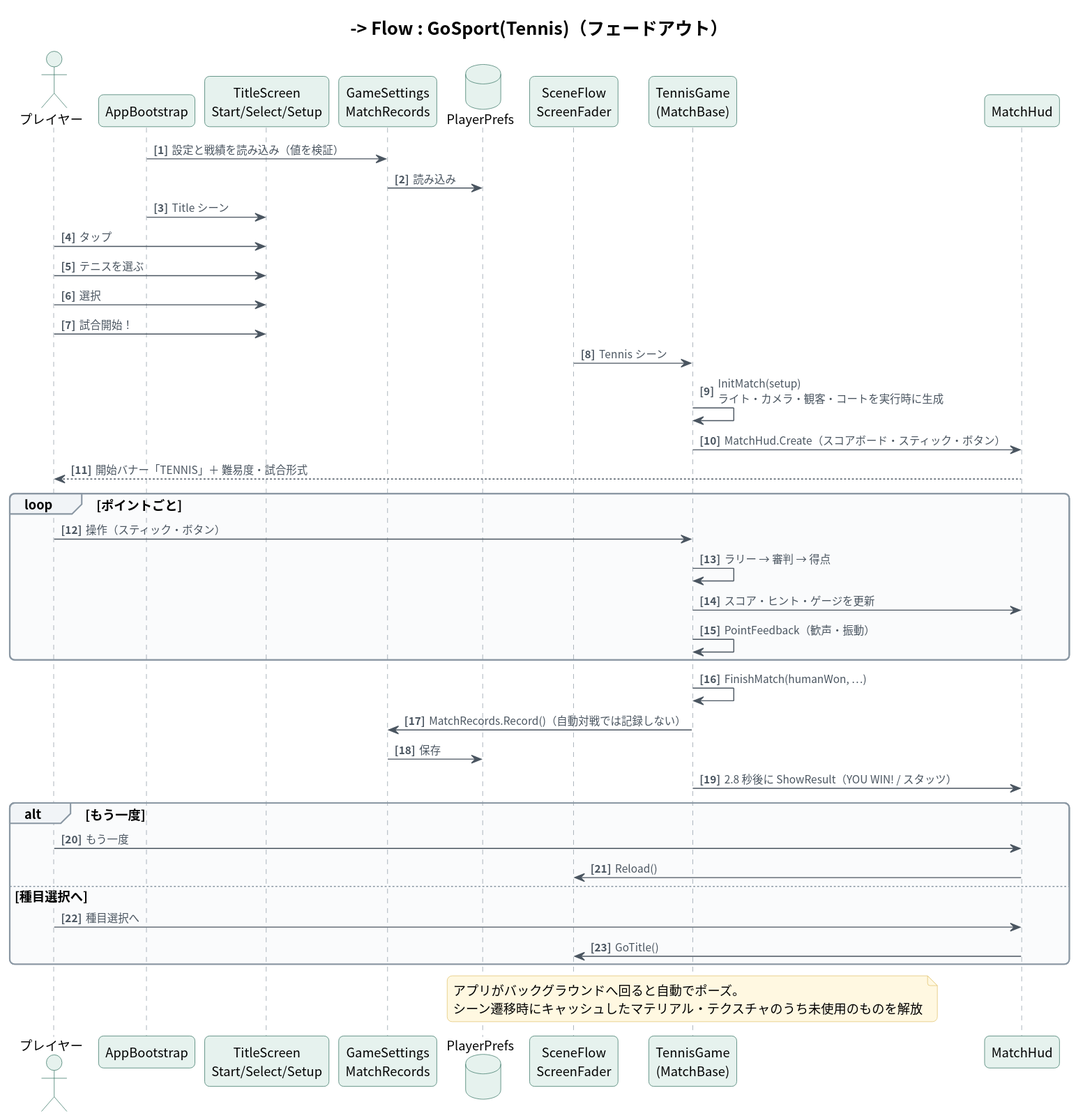
Above: Doc/diagrams/svg/seq-app-flow.svg in sawai-naoki-portfolio/SportsStadium (PlantUML), before the change. The source it was exported from:
```plantuml
@startuml
!include _style.iuml
title シーケンス図① 起動から試合終了まで
autonumber "<b>[0]"

actor プレイヤー as P
participant "AppBootstrap" as Boot
participant "TitleScreen\nStart/Select/Setup" as Title
participant "GameSettings\nMatchRecords" as Set
database "PlayerPrefs" as PP
participant "SceneFlow\nScreenFader" as Flow
participant "TennisGame\n(MatchBase)" as Game
participant "MatchHud" as Hud

Boot -> Set : 設定と戦績を読み込み（値を検証）
Set -> PP : 読み込み
Boot -> Title : Title シーン
Title --> P : SPORTS STADIUM「画面をタップしてスタート」
P -> Title : タップ
Title --> P : 種目をえらぼう（3 枚のカード・通算戦績）
P -> Title : テニスを選ぶ
Title --> P : 試合設定（難易度・試合の長さ・チームカラー）
P -> Title : 選択
Title -> Set : すぐ保存
P -> Title : 試合開始！
Title -> Flow : GoSport(Tennis)（フェードアウト）
Flow -> Game : Tennis シーン
Game -> Game : InitMatch(setup)\nライト・カメラ・観客・コートを実行時に生成
Game -> Hud : MatchHud.Create（スコアボード・スティック・ボタン）
Hud --> P : 開始バナー「TENNIS」＋ 難易度・試合形式
loop ポイントごと
  P -> Game : 操作（スティック・ボタン）
  Game -> Game : ラリー → 審判 → 得点
  Game -> Hud : スコア・ヒント・ゲージを更新
  Game -> Game : PointFeedback（歓声・振動）
end
Game -> Game : FinishMatch(humanWon, …)
Game -> Set : MatchRecords.Record()（自動対戦では記録しない）
Set -> PP : 保存
Game -> Hud : 2.8 秒後に ShowResult（YOU WIN! / スタッツ）
alt もう一度
  P -> Hud : もう一度
  Hud -> Flow : Reload()
else 種目選択へ
  P -> Hud : 種目選択へ
  Hud -> Flow : GoTitle()
end

note over Game
  アプリがバックグラウンドへ回ると自動でポーズ。
  シーン遷移時にキャッシュしたマテリアル・テクスチャのうち未使用のものを解放
end note
@enduml
```
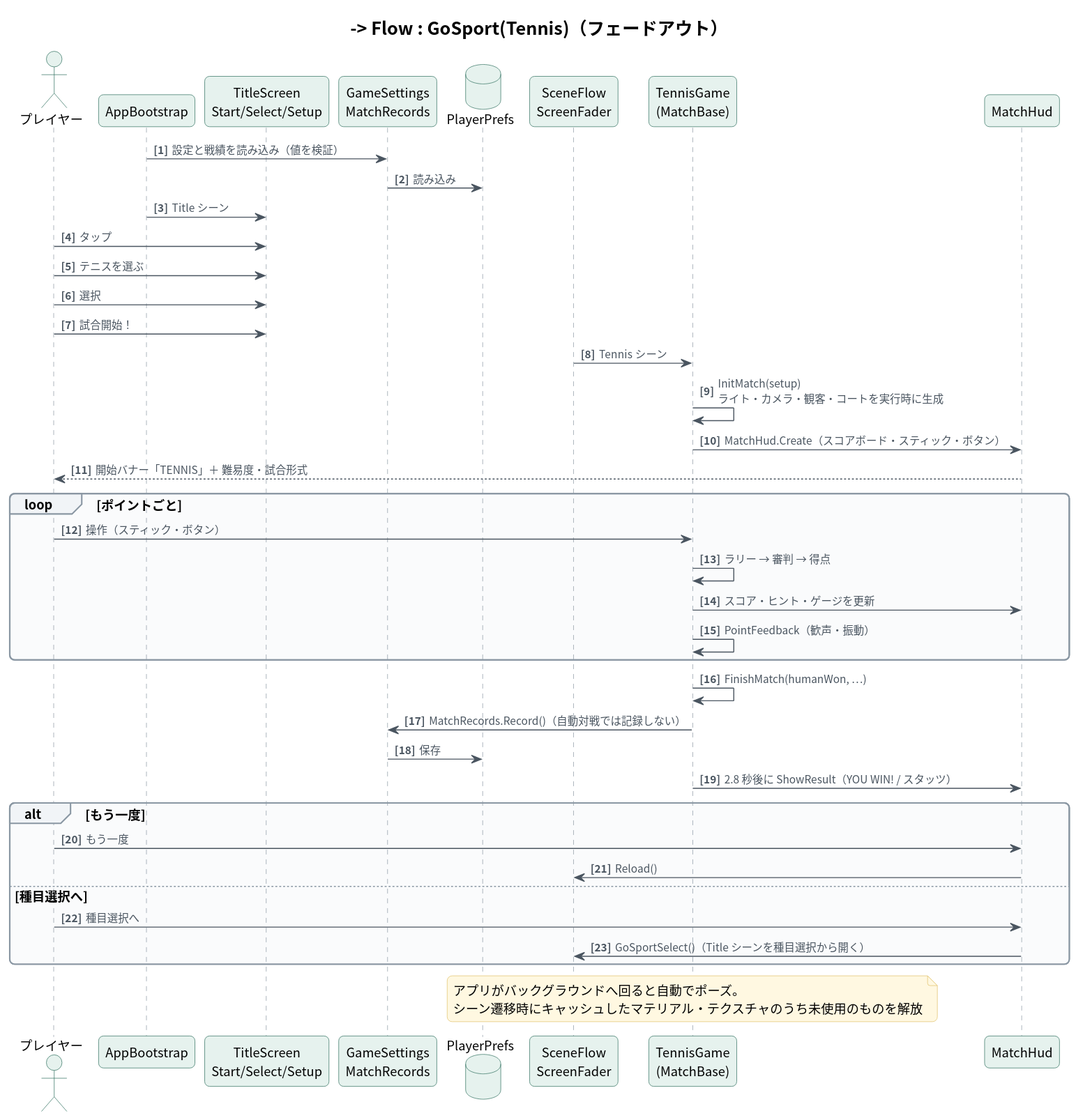
Later version of the same file.

What changed in the source:
```diff
@@ -43,7 +43,7 @@
   Hud -> Flow : Reload()
 else 種目選択へ
   P -> Hud : 種目選択へ
-  Hud -> Flow : GoTitle()
+  Hud -> Flow : GoSportSelect()（Title シーンを種目選択から開く）
 end
 
 note over Game
```
